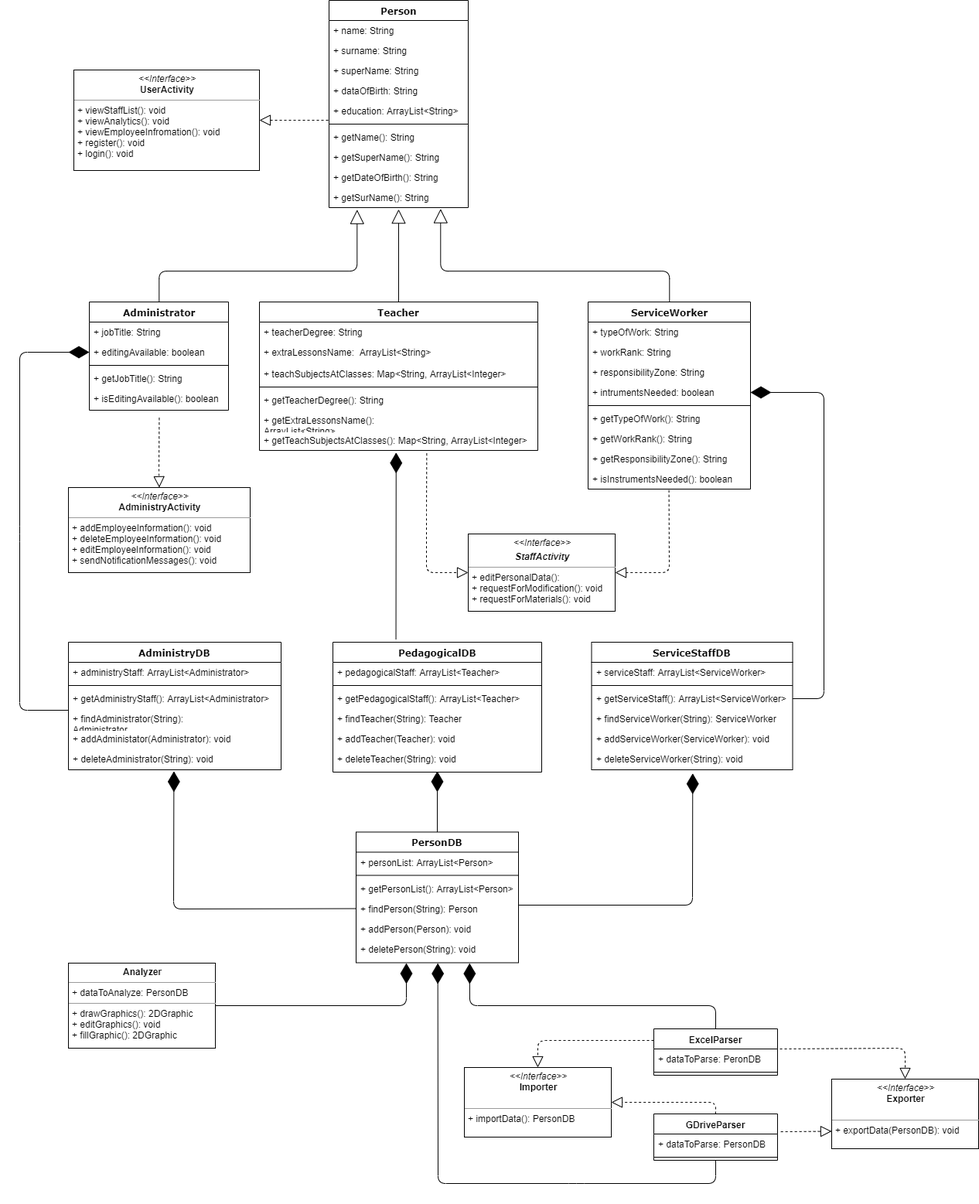
Before: Diagrams/ClassDiagram/ClassDiagram.png, a diagram exported from draw.io (EfimSirotkin/SchoolStaffManager). Source tidied: cells renumbered, new cells last; positions are measured from the earlier drawing's top-left corner, leaving out a move shared by most shapes.
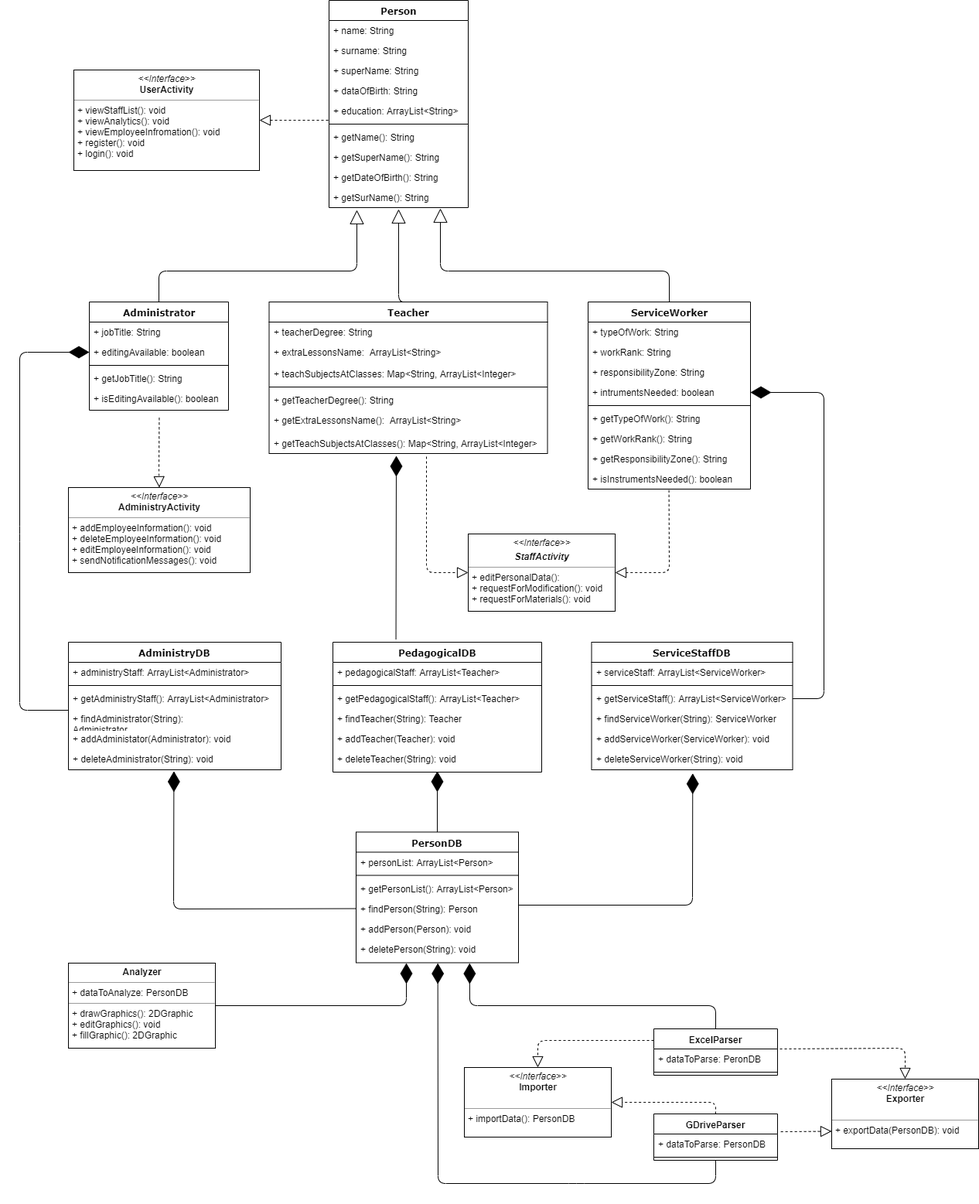
Above is the later version.

Change to the diagram source:
```diff
@@ -168,7 +168,7 @@
       <mxGeometry y="138" width="270" height="26" as="geometry" />
     </mxCell>
     <mxCell id="57" value="Teacher" style="swimlane;html=1;fontStyle=1;align=center;verticalAlign=top;horizontal=1;startSize=26;swimlaneFillColor=#ffffff;rounded=0;shadow=0;comic=0;labelBackgroundColor=none;strokeColor=#000000;strokeWidth=1;fillColor=none;fontFamily=Verdana;fontSize=12;fontColor=#000000;" parent="1" vertex="1">
-      <mxGeometry x="310" y="390" width="360" height="192" as="geometry" />
+      <mxGeometry x="322.5" y="390" width="360" height="196" as="geometry" />
     </mxCell>
     <mxCell id="58" value="+ teacherDegree: String" style="text;html=1;strokeColor=none;fillColor=none;align=left;verticalAlign=top;spacingLeft=4;spacingRight=4;whiteSpace=wrap;overflow=hidden;" parent="57" vertex="1">
       <mxGeometry y="26" width="360" height="26" as="geometry" />
@@ -185,11 +185,11 @@
     <mxCell id="62" value="+ getTeacherDegree(): String" style="text;html=1;strokeColor=none;fillColor=none;align=left;verticalAlign=top;spacingLeft=4;spacingRight=4;whiteSpace=wrap;overflow=hidden;" parent="57" vertex="1">
       <mxGeometry y="114" width="360" height="26" as="geometry" />
     </mxCell>
-    <mxCell id="63" value="+ getExtraLessonsName(): ArrayList&amp;lt;String&amp;gt;" style="text;html=1;strokeColor=none;fillColor=none;align=left;verticalAlign=top;spacingLeft=4;spacingRight=4;whiteSpace=wrap;overflow=hidden;" parent="57" vertex="1">
-      <mxGeometry y="140" width="360" height="26" as="geometry" />
+    <mxCell id="63" value="+ getExtraLessonsName():&amp;nbsp; ArrayList&amp;lt;String&amp;gt;" style="text;html=1;strokeColor=none;fillColor=none;align=left;verticalAlign=top;spacingLeft=4;spacingRight=4;whiteSpace=wrap;overflow=hidden;" parent="57" vertex="1">
+      <mxGeometry y="140" width="360" height="30" as="geometry" />
     </mxCell>
     <mxCell id="64" value="+ getTeachSubjectsAtClasses(): Map&amp;lt;String, ArrayList&amp;lt;Integer&amp;gt;" style="text;html=1;strokeColor=none;fillColor=none;align=left;verticalAlign=top;spacingLeft=4;spacingRight=4;whiteSpace=wrap;overflow=hidden;points=[[0,0.5],[1,0.5]];portConstraint=eastwest;" parent="57" vertex="1">
-      <mxGeometry y="166" width="360" height="26" as="geometry" />
+      <mxGeometry y="170" width="360" height="26" as="geometry" />
     </mxCell>
     <mxCell id="65" style="edgeStyle=orthogonalEdgeStyle;html=1;labelBackgroundColor=none;startFill=0;startSize=8;endArrow=block;endFill=0;endSize=16;fontFamily=Verdana;fontSize=12;exitX=0.5;exitY=0;exitDx=0;exitDy=0;entryX=0.5;entryY=1.077;entryDx=0;entryDy=0;entryPerimeter=0;" parent="1" edge="1" source="57" target="12">
       <mxGeometry relative="1" as="geometry">
@@ -232,8 +232,9 @@
         </Array>
       </mxGeometry>
     </mxCell>
-    <mxCell id="72" style="endArrow=block;dashed=1;endFill=0;endSize=12;html=1;entryX=0;entryY=0.5;entryDx=0;entryDy=0;exitX=0.601;exitY=1.141;exitDx=0;exitDy=0;exitPerimeter=0;" parent="1" edge="1" source="64" target="70">
+    <mxCell id="72" style="endArrow=block;dashed=1;endFill=0;endSize=12;html=1;entryX=0;entryY=0.5;entryDx=0;entryDy=0;" parent="1" edge="1" target="70">
       <mxGeometry relative="1" as="geometry">
+        <mxPoint x="526" y="590" as="sourcePoint" />
         <Array as="points">
           <mxPoint x="526" y="660" />
           <mxPoint x="526" y="740" />
@@ -279,8 +280,10 @@
         </Array>
       </mxGeometry>
     </mxCell>
-    <mxCell id="79" style="endArrow=diamondThin;endFill=1;endSize=24;html=1;entryX=0.491;entryY=1.106;entryDx=0;entryDy=0;exitX=0.302;exitY=-0.022;exitDx=0;exitDy=0;entryPerimeter=0;exitPerimeter=0;" parent="1" edge="1" source="50" target="64">
-      <mxGeometry relative="1" as="geometry" />
+    <mxCell id="79" style="endArrow=diamondThin;endFill=1;endSize=24;html=1;exitX=0.302;exitY=-0.022;exitDx=0;exitDy=0;exitPerimeter=0;" parent="1" edge="1" source="50">
+      <mxGeometry relative="1" as="geometry">
+        <mxPoint x="487" y="589" as="targetPoint" />
+      </mxGeometry>
     </mxCell>
     <mxCell id="80" style="endArrow=diamondThin;endFill=1;endSize=24;html=1;exitX=1;exitY=0.5;exitDx=0;exitDy=0;entryX=1;entryY=0.5;entryDx=0;entryDy=0;" parent="1" edge="1" source="32" target="23">
       <mxGeometry relative="1" as="geometry">
```
